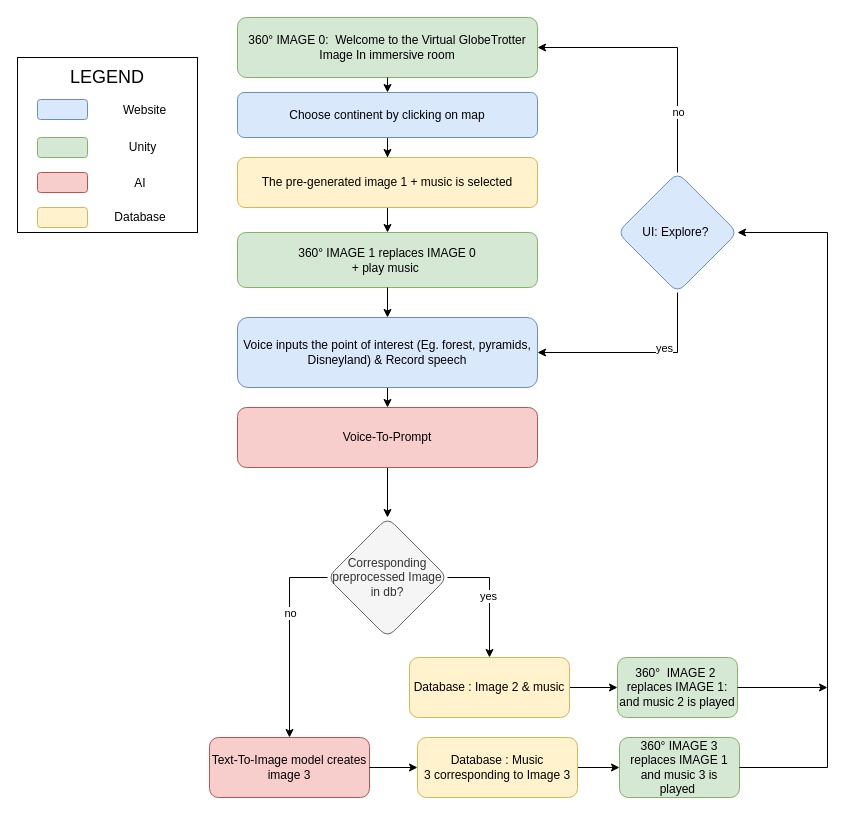
Above: Diagram/CombinedFlowChart.drawio in IsabelleDesle/VirtualGlobeTrotter (draw.io), before the change. Source tidied: cells renumbered, new cells numbered last; positions are measured from the earlier drawing's top-left corner, leaving out a move shared by most shapes. Both pictures are drawn from the tidied source at 100%, with x=0, y=0 at pixel (17, 17).
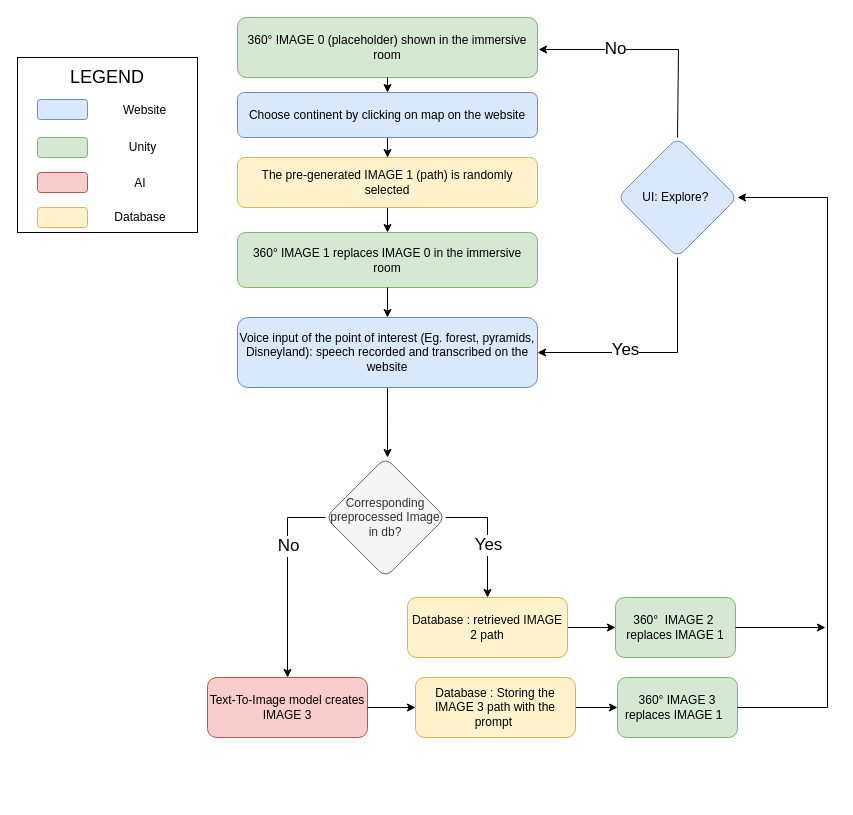
The same diagram, later.

The change refers to these unchanged cells:
```xml
<mxCell id="7" style="edgeStyle=orthogonalEdgeStyle;rounded=0;jettySize=auto;html=1;exitX=0;exitY=0.5;exitDx=0;exitDy=0;entryX=0.5;entryY=0;entryDx=0;entryDy=0;" parent="1" edge="1" source="24" target="10">
  <mxGeometry relative="1" as="geometry" />
</mxCell>
<mxCell id="22" style="edgeStyle=orthogonalEdgeStyle;rounded=0;jettySize=auto;html=1;entryX=0.5;entryY=0;entryDx=0;entryDy=0;exitX=1;exitY=0.5;exitDx=0;exitDy=0;" parent="1" edge="1" source="24" target="33">
  <mxGeometry relative="1" as="geometry" />
</mxCell>
<mxCell id="29" style="edgeStyle=orthogonalEdgeStyle;rounded=0;jettySize=auto;html=1;exitX=0.5;exitY=1;exitDx=0;exitDy=0;fillColor=#d5e8d4;strokeColor=#000000;entryX=1;entryY=0.5;entryDx=0;entryDy=0;" parent="1" edge="1" source="28" target="40">
  <mxGeometry relative="1" as="geometry" />
</mxCell>
```

Diff of the diagram source:
```diff
@@
-    <mxCell id="3" value="Choose continent by clicking on map" style="rounded=1;whiteSpace=wrap;html=1;fillColor=#dae8fc;strokeColor=#6c8ebf;" parent="1" vertex="1">
+    <mxCell id="3" value="Choose continent by clicking on map on the website" style="rounded=1;whiteSpace=wrap;html=1;fillColor=#dae8fc;strokeColor=#6c8ebf;" parent="1" vertex="1">
       <mxGeometry x="220" y="75" width="300" height="45" as="geometry" />
     </mxCell>
-    <mxCell id="4" style="edgeStyle=orthogonalEdgeStyle;rounded=0;jettySize=auto;html=1;exitX=0.5;exitY=1;exitDx=0;exitDy=0;fillColor=#d5e8d4;strokeColor=#000000;entryX=0.5;entryY=0;entryDx=0;entryDy=0;" parent="1" edge="1" source="40" target="32">
-      <mxGeometry relative="1" as="geometry" />
-    </mxCell>
@@
-    <mxCell id="6" value="&lt;div&gt;The pre-generated image 1 + music is selected&lt;/div&gt;" style="rounded=1;whiteSpace=wrap;html=1;fillColor=#fff2cc;strokeColor=#d6b656;" parent="1" vertex="1">
+    <mxCell id="6" value="&lt;div&gt;The pre-generated IMAGE 1 (path) is randomly selected&lt;/div&gt;" style="rounded=1;whiteSpace=wrap;html=1;fillColor=#fff2cc;strokeColor=#d6b656;" parent="1" vertex="1">
       <mxGeometry x="220" y="140" width="300" height="50" as="geometry" />
     </mxCell>
@@
-    <mxCell id="8" value="no" style="edgeLabel;html=1;align=center;verticalAlign=middle;" parent="7" vertex="1">
-      <mxGeometry x="-0.26" relative="1" as="geometry" />
+    <mxCell id="8" value="No" style="edgeLabel;html=1;align=center;verticalAlign=middle;fontSize=17;" parent="7" vertex="1">
+      <mxGeometry x="-0.26" relative="1" as="geometry">
+        <mxPoint y="-7" as="offset" />
+      </mxGeometry>
     </mxCell>
@@
-    <mxCell id="10" value="&lt;div&gt;Text-To-Image model creates image 3&lt;/div&gt;" style="rounded=1;whiteSpace=wrap;html=1;fillColor=#f8cecc;strokeColor=#b85450;" parent="1" vertex="1">
-      <mxGeometry x="192" y="720" width="160" height="60" as="geometry" />
+    <mxCell id="10" value="&lt;div&gt;Text-To-Image model creates IMAGE 3&lt;/div&gt;" style="rounded=1;whiteSpace=wrap;html=1;fillColor=#f8cecc;strokeColor=#b85450;" parent="1" vertex="1">
+      <mxGeometry x="190" y="660" width="160" height="60" as="geometry" />
     </mxCell>
@@
-    <mxCell id="21" value="360° IMAGE 1 replaces IMAGE 0&lt;br&gt;+ play music&amp;nbsp;" style="whiteSpace=wrap;html=1;fillColor=#d5e8d4;strokeColor=#82b366;rounded=1;" parent="1" vertex="1">
+    <mxCell id="21" value="360° IMAGE 1 replaces IMAGE 0 in the immersive room" style="whiteSpace=wrap;html=1;fillColor=#d5e8d4;strokeColor=#82b366;rounded=1;" parent="1" vertex="1">
       <mxGeometry x="220" y="215" width="300" height="55" as="geometry" />
     </mxCell>
@@
-    <mxCell id="23" value="yes" style="edgeLabel;html=1;align=center;verticalAlign=middle;" parent="22" vertex="1">
-      <mxGeometry x="-0.02" y="-2" relative="1" as="geometry" />
+    <mxCell id="23" value="Yes" style="edgeLabel;html=1;align=center;verticalAlign=middle;fontSize=17;" parent="22" vertex="1">
+      <mxGeometry x="-0.02" y="-2" relative="1" as="geometry">
+        <mxPoint x="2" y="9" as="offset" />
+      </mxGeometry>
     </mxCell>
     <mxCell id="24" value="Corresponding preprocessed Image in db?" style="rhombus;whiteSpace=wrap;html=1;fillColor=#f5f5f5;strokeColor=#666666;rounded=1;fontColor=#333333;" parent="1" vertex="1">
-      <mxGeometry x="310" y="500" width="120" height="120" as="geometry" />
+      <mxGeometry x="308" y="440" width="120" height="120" as="geometry" />
     </mxCell>
-    <mxCell id="25" value="360°&amp;nbsp; IMAGE 2&amp;nbsp;&lt;br&gt;replaces IMAGE 1: and music 2 is played" style="whiteSpace=wrap;html=1;fillColor=#d5e8d4;strokeColor=#82b366;rounded=1;" parent="1" vertex="1">
-      <mxGeometry x="600" y="640" width="120" height="60" as="geometry" />
+    <mxCell id="25" value="360°&amp;nbsp; IMAGE 2&amp;nbsp;&lt;br&gt;replaces IMAGE 1" style="whiteSpace=wrap;html=1;fillColor=#d5e8d4;strokeColor=#82b366;rounded=1;" parent="1" vertex="1">
+      <mxGeometry x="598" y="580" width="120" height="60" as="geometry" />
     </mxCell>
@@
-    <mxCell id="27" value="360° IMAGE 3&lt;br&gt;replaces IMAGE 1 and music 3 is played&amp;nbsp;" style="whiteSpace=wrap;html=1;fillColor=#d5e8d4;strokeColor=#82b366;rounded=1;" parent="1" vertex="1">
-      <mxGeometry x="602" y="720" width="120" height="60" as="geometry" />
+    <mxCell id="27" value="360° IMAGE 3&lt;br&gt;replaces IMAGE 1&amp;nbsp;&amp;nbsp;" style="whiteSpace=wrap;html=1;fillColor=#d5e8d4;strokeColor=#82b366;rounded=1;" parent="1" vertex="1">
+      <mxGeometry x="600" y="660" width="120" height="60" as="geometry" />
     </mxCell>
     <mxCell id="28" value="UI: Explore?&amp;nbsp;" style="rhombus;whiteSpace=wrap;html=1;fillColor=#dae8fc;strokeColor=#6c8ebf;rounded=1;" parent="1" vertex="1">
-      <mxGeometry x="600" y="155" width="120" height="120" as="geometry" />
+      <mxGeometry x="600" y="120" width="120" height="120" as="geometry" />
     </mxCell>
@@
-    <mxCell id="30" value="yes" style="edgeLabel;html=1;align=center;verticalAlign=middle;" parent="29" vertex="1">
-      <mxGeometry x="-0.26" y="-5" relative="1" as="geometry" />
+    <mxCell id="30" value="Yes" style="edgeLabel;html=1;align=center;verticalAlign=middle;fontSize=17;" parent="29" vertex="1">
+      <mxGeometry x="-0.26" y="-5" relative="1" as="geometry">
+        <mxPoint x="-48" y="5" as="offset" />
+      </mxGeometry>
     </mxCell>
-    <mxCell id="31" style="edgeStyle=orthogonalEdgeStyle;rounded=0;jettySize=auto;html=1;exitX=0.5;exitY=1;exitDx=0;exitDy=0;entryX=0.5;entryY=0;entryDx=0;entryDy=0;" parent="1" edge="1" source="32" target="24">
-      <mxGeometry relative="1" as="geometry" />
-    </mxCell>
-    <mxCell id="32" value="Voice-To-Prompt" style="rounded=1;whiteSpace=wrap;html=1;fillColor=#f8cecc;strokeColor=#b85450;" parent="1" vertex="1">
-      <mxGeometry x="220" y="390" width="300" height="60" as="geometry" />
-    </mxCell>
-    <mxCell id="33" value="&lt;div&gt;Database : Image 2 &amp;amp; music&lt;/div&gt;" style="rounded=1;whiteSpace=wrap;html=1;fillColor=#fff2cc;strokeColor=#d6b656;" parent="1" vertex="1">
-      <mxGeometry x="392" y="640" width="160" height="60" as="geometry" />
+    <mxCell id="33" value="&lt;div&gt;Database : retrieved IMAGE 2 path&lt;/div&gt;" style="rounded=1;whiteSpace=wrap;html=1;fillColor=#fff2cc;strokeColor=#d6b656;" parent="1" vertex="1">
+      <mxGeometry x="390" y="580" width="160" height="60" as="geometry" />
     </mxCell>
@@
-    <mxCell id="35" value="&lt;div&gt;Database : M&lt;span style=&quot;background-color: initial;&quot;&gt;usic 3&lt;/span&gt;&lt;span style=&quot;background-color: initial;&quot;&gt;&amp;nbsp;&lt;/span&gt;&lt;span style=&quot;background-color: initial;&quot;&gt;corresponding to&amp;nbsp;&lt;/span&gt;&lt;span style=&quot;background-color: initial;&quot;&gt;Image 3&lt;/span&gt;&lt;/div&gt;" style="rounded=1;whiteSpace=wrap;html=1;fillColor=#fff2cc;strokeColor=#d6b656;" parent="1" vertex="1">
-      <mxGeometry x="400" y="720" width="160" height="60" as="geometry" />
+    <mxCell id="35" value="&lt;div&gt;Database : Storing the IMAGE 3 path with the prompt&amp;nbsp;&lt;/div&gt;" style="rounded=1;whiteSpace=wrap;html=1;fillColor=#fff2cc;strokeColor=#d6b656;" parent="1" vertex="1">
+      <mxGeometry x="398" y="660" width="160" height="60" as="geometry" />
     </mxCell>
     <mxCell id="36" style="endArrow=classic;html=1;rounded=0;exitX=1;exitY=0.5;exitDx=0;exitDy=0;entryX=1;entryY=0.5;entryDx=0;entryDy=0;" parent="1" edge="1" source="27" target="28">
       <mxGeometry relative="1" as="geometry">
         <Array as="points">
-          <mxPoint x="810" y="750" />
-          <mxPoint x="810" y="215" />
+          <mxPoint x="810" y="690" />
+          <mxPoint x="810" y="180" />
         </Array>
       </mxGeometry>
     </mxCell>
-    <mxCell id="37" value="360° IMAGE 0:&amp;nbsp; Welcome to the Virtual GlobeTrotter Image&amp;nbsp;In immersive room" style="whiteSpace=wrap;html=1;fillColor=#d5e8d4;strokeColor=#82b366;rounded=1;" parent="1" vertex="1">
+    <mxCell id="37" value="360° IMAGE 0 (placeholder) shown in the immersive room" style="whiteSpace=wrap;html=1;fillColor=#d5e8d4;strokeColor=#82b366;rounded=1;" parent="1" vertex="1">
       <mxGeometry x="220" width="300" height="60" as="geometry" />
     </mxCell>
@@
+    <mxCell id="44" style="edgeStyle=orthogonalEdgeStyle;rounded=0;jettySize=auto;html=1;" parent="1" edge="1" source="40">
+      <mxGeometry relative="1" as="geometry">
+        <mxPoint x="370" y="440" as="targetPoint" />
+      </mxGeometry>
+    </mxCell>
-    <mxCell id="40" value="Voice inputs the point of interest&amp;nbsp;&lt;span style=&quot;background-color: initial;&quot;&gt;(Eg. forest, pyramids, Disneyland) &amp;amp;&amp;nbsp;&lt;/span&gt;Record speech" style="rounded=1;whiteSpace=wrap;html=1;fillColor=#dae8fc;strokeColor=#6c8ebf;" parent="1" vertex="1">
+    <mxCell id="40" value="Voice input of the point of interest&amp;nbsp;&lt;span style=&quot;background-color: initial;&quot;&gt;(Eg. forest, pyramids, Disneyland): speech recorded and transcribed on the website&lt;/span&gt;" style="rounded=1;whiteSpace=wrap;html=1;fillColor=#dae8fc;strokeColor=#6c8ebf;" parent="1" vertex="1">
       <mxGeometry x="220" y="300" width="300" height="70" as="geometry" />
     </mxCell>
-    <mxCell id="41" style="endArrow=classic;html=1;rounded=0;exitX=0.5;exitY=0;exitDx=0;exitDy=0;entryX=1;entryY=0.5;entryDx=0;entryDy=0;" parent="1" edge="1" source="28" target="37">
+    <mxCell id="41" style="endArrow=classic;html=1;rounded=0;exitX=0.5;exitY=0;exitDx=0;exitDy=0;entryX=1;entryY=0.5;entryDx=0;entryDy=0;" parent="1" edge="1" source="28">
       <mxGeometry relative="1" as="geometry">
+        <mxPoint x="521" y="32" as="targetPoint" />
         <Array as="points">
-          <mxPoint x="660" y="30" />
+          <mxPoint x="661" y="32" />
         </Array>
       </mxGeometry>
     </mxCell>
-    <mxCell id="42" value="no" style="edgeLabel;html=1;align=center;verticalAlign=middle;" parent="41" vertex="1">
-      <mxGeometry x="-0.54" relative="1" as="geometry" />
+    <mxCell id="42" value="No" style="edgeLabel;html=1;align=center;verticalAlign=middle;fontSize=17;" parent="41" vertex="1">
+      <mxGeometry x="-0.54" relative="1" as="geometry">
+        <mxPoint x="-63" y="-37" as="offset" />
+      </mxGeometry>
     </mxCell>
     <mxCell id="43" style="endArrow=classic;html=1;rounded=0;exitX=1;exitY=0.5;exitDx=0;exitDy=0;" parent="1" edge="1" source="25">
       <mxGeometry relative="1" as="geometry">
-        <mxPoint x="810" y="670" as="targetPoint" />
+        <mxPoint x="808" y="610" as="targetPoint" />
       </mxGeometry>
     </mxCell>
```
